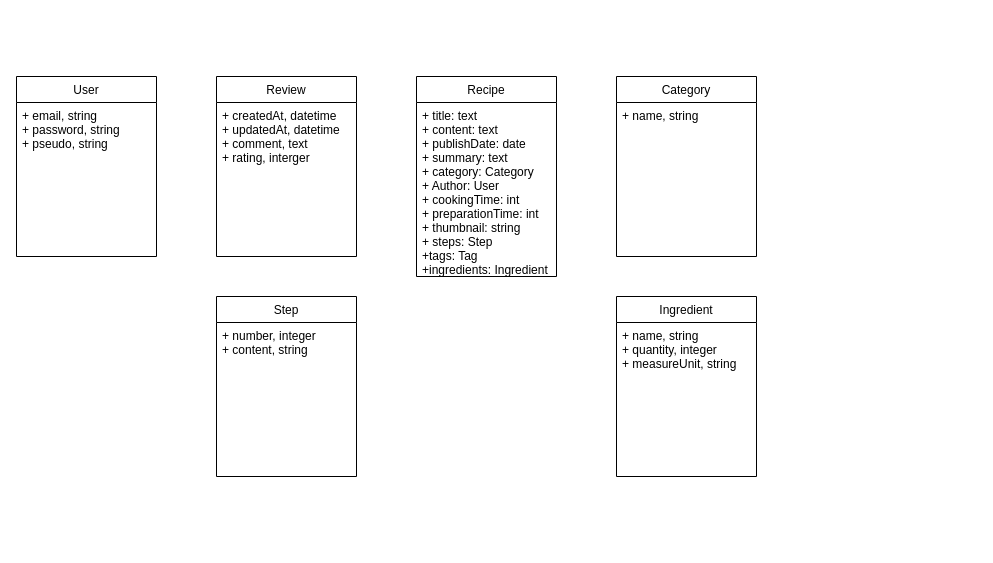
Above: docs/UML/classDiagram.drawio in Efkat/cookin (draw.io), before the change. Source tidied: cells renumbered, new cells numbered last; positions are measured from the earlier drawing's top-left corner, leaving out a move shared by most shapes. Both pictures are drawn from the tidied source at 100%, with x=0, y=0 at pixel (16, 76).
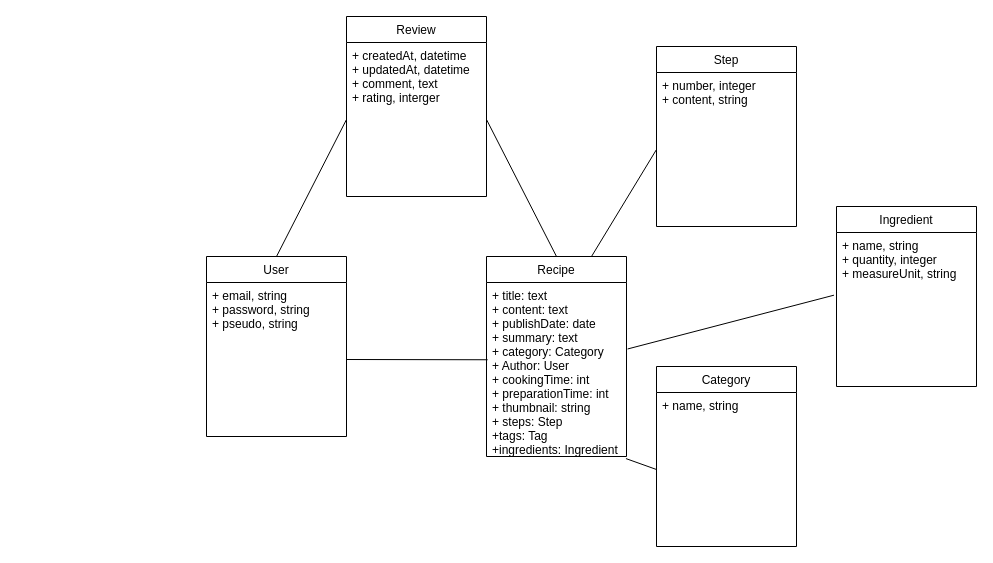
The same diagram, later.

Commit message (it also covers changes not shown here):
Add relations between classes

Change to the diagram source:
```diff
@@
 <mxGraphModel>
   <root>
     <mxCell id="0" />
     <mxCell id="1" parent="0" />
     <mxCell id="2" value="User" style="swimlane;fontStyle=0;horizontal=1;startSize=26;fillColor=none;" parent="1" vertex="1">
-      <mxGeometry width="140" height="180" as="geometry" />
+      <mxGeometry x="190" y="180" width="140" height="180" as="geometry" />
     </mxCell>
     <mxCell id="3" value="+ email, string&#10;+ password, string&#10;+ pseudo, string" style="text;strokeColor=none;fillColor=none;align=left;verticalAlign=top;spacingLeft=4;spacingRight=4;overflow=hidden;points=[[0,0.5],[1,0.5]];portConstraint=eastwest;" parent="2" vertex="1">
       <mxGeometry y="26" width="140" height="154" as="geometry" />
     </mxCell>
     <mxCell id="4" value="Review" style="swimlane;fontStyle=0;horizontal=1;startSize=26;fillColor=none;" parent="1" vertex="1">
-      <mxGeometry x="200" width="140" height="180" as="geometry" />
+      <mxGeometry x="330" y="-60" width="140" height="180" as="geometry" />
     </mxCell>
     <mxCell id="5" value="+ createdAt, datetime&#10;+ updatedAt, datetime&#10;+ comment, text&#10;+ rating, interger" style="text;strokeColor=none;fillColor=none;align=left;verticalAlign=top;spacingLeft=4;spacingRight=4;overflow=hidden;points=[[0,0.5],[1,0.5]];portConstraint=eastwest;" parent="4" vertex="1">
       <mxGeometry y="26" width="140" height="154" as="geometry" />
     </mxCell>
     <mxCell id="6" value="Step" style="swimlane;fontStyle=0;horizontal=1;startSize=26;fillColor=none;" parent="1" vertex="1">
-      <mxGeometry x="200" y="220" width="140" height="180" as="geometry" />
+      <mxGeometry x="640" y="-30" width="140" height="180" as="geometry" />
     </mxCell>
     <mxCell id="7" value="+ number, integer&#10;+ content, string" style="text;strokeColor=none;fillColor=none;align=left;verticalAlign=top;spacingLeft=4;spacingRight=4;overflow=hidden;points=[[0,0.5],[1,0.5]];portConstraint=eastwest;" parent="6" vertex="1">
       <mxGeometry y="26" width="140" height="154" as="geometry" />
     </mxCell>
     <mxCell id="8" value="Recipe" style="swimlane;fontStyle=0;horizontal=1;startSize=26;fillColor=none;" parent="1" vertex="1">
-      <mxGeometry x="400" width="140" height="200" as="geometry" />
+      <mxGeometry x="470" y="180" width="140" height="200" as="geometry" />
     </mxCell>
     <mxCell id="9" value="+ title: text&#10;+ content: text&#10;+ publishDate: date&#10;+ summary: text&#10;+ category: Category&#10;+ Author: User&#10;+ cookingTime: int&#10;+ preparationTime: int&#10;+ thumbnail: string&#10;+ steps: Step&#10;+tags: Tag&#10;+ingredients: Ingredient" style="text;strokeColor=none;fillColor=none;align=left;verticalAlign=top;spacingLeft=4;spacingRight=4;overflow=hidden;points=[[0,0.5],[1,0.5]];portConstraint=eastwest;" parent="8" vertex="1">
       <mxGeometry y="26" width="140" height="174" as="geometry" />
     </mxCell>
     <mxCell id="10" value="Category" style="swimlane;fontStyle=0;horizontal=1;startSize=26;fillColor=none;" parent="1" vertex="1">
-      <mxGeometry x="600" width="140" height="180" as="geometry" />
+      <mxGeometry x="640" y="290" width="140" height="180" as="geometry" />
     </mxCell>
     <mxCell id="11" value="+ name, string" style="text;strokeColor=none;fillColor=none;align=left;verticalAlign=top;spacingLeft=4;spacingRight=4;overflow=hidden;points=[[0,0.5],[1,0.5]];portConstraint=eastwest;" parent="10" vertex="1">
       <mxGeometry y="26" width="140" height="154" as="geometry" />
     </mxCell>
     <mxCell id="12" value="Ingredient" style="swimlane;fontStyle=0;horizontal=1;startSize=26;fillColor=none;" parent="1" vertex="1">
-      <mxGeometry x="600" y="220" width="140" height="180" as="geometry" />
+      <mxGeometry x="820" y="130" width="140" height="180" as="geometry" />
     </mxCell>
     <mxCell id="13" value="+ name, string&#10;+ quantity, integer&#10;+ measureUnit, string" style="text;strokeColor=none;fillColor=none;align=left;verticalAlign=top;spacingLeft=4;spacingRight=4;overflow=hidden;points=[[0,0.5],[1,0.5]];portConstraint=eastwest;" parent="12" vertex="1">
       <mxGeometry y="26" width="140" height="154" as="geometry" />
     </mxCell>
+    <mxCell id="14" style="endArrow=none;html=1;rounded=0;exitX=0.5;exitY=0;exitDx=0;exitDy=0;entryX=0;entryY=0.5;entryDx=0;entryDy=0;" parent="1" edge="1" source="2" target="5">
+      <mxGeometry relative="1" as="geometry" />
+    </mxCell>
+    <mxCell id="15" style="endArrow=none;html=1;rounded=0;exitX=1;exitY=0.5;exitDx=0;exitDy=0;entryX=0.008;entryY=0.444;entryDx=0;entryDy=0;entryPerimeter=0;" parent="1" edge="1" source="3" target="9">
+      <mxGeometry relative="1" as="geometry" />
+    </mxCell>
+    <mxCell id="16" style="endArrow=none;html=1;rounded=0;entryX=0.5;entryY=0;entryDx=0;entryDy=0;exitX=1;exitY=0.5;exitDx=0;exitDy=0;" parent="1" edge="1" source="5" target="8">
+      <mxGeometry relative="1" as="geometry" />
+    </mxCell>
+    <mxCell id="17" style="endArrow=none;html=1;rounded=0;exitX=0.75;exitY=0;exitDx=0;exitDy=0;entryX=0;entryY=0.5;entryDx=0;entryDy=0;" parent="1" edge="1" source="8" target="7">
+      <mxGeometry relative="1" as="geometry" />
+    </mxCell>
+    <mxCell id="18" style="endArrow=none;html=1;rounded=0;exitX=0.996;exitY=1.012;exitDx=0;exitDy=0;exitPerimeter=0;entryX=0;entryY=0.5;entryDx=0;entryDy=0;" parent="1" edge="1" source="9" target="11">
+      <mxGeometry relative="1" as="geometry" />
+    </mxCell>
+    <mxCell id="19" style="endArrow=none;html=1;rounded=0;exitX=1.008;exitY=0.382;exitDx=0;exitDy=0;exitPerimeter=0;entryX=-0.018;entryY=0.407;entryDx=0;entryDy=0;entryPerimeter=0;" parent="1" edge="1" source="9" target="13">
+      <mxGeometry relative="1" as="geometry" />
+    </mxCell>
   </root>
 </mxGraphModel>
```
